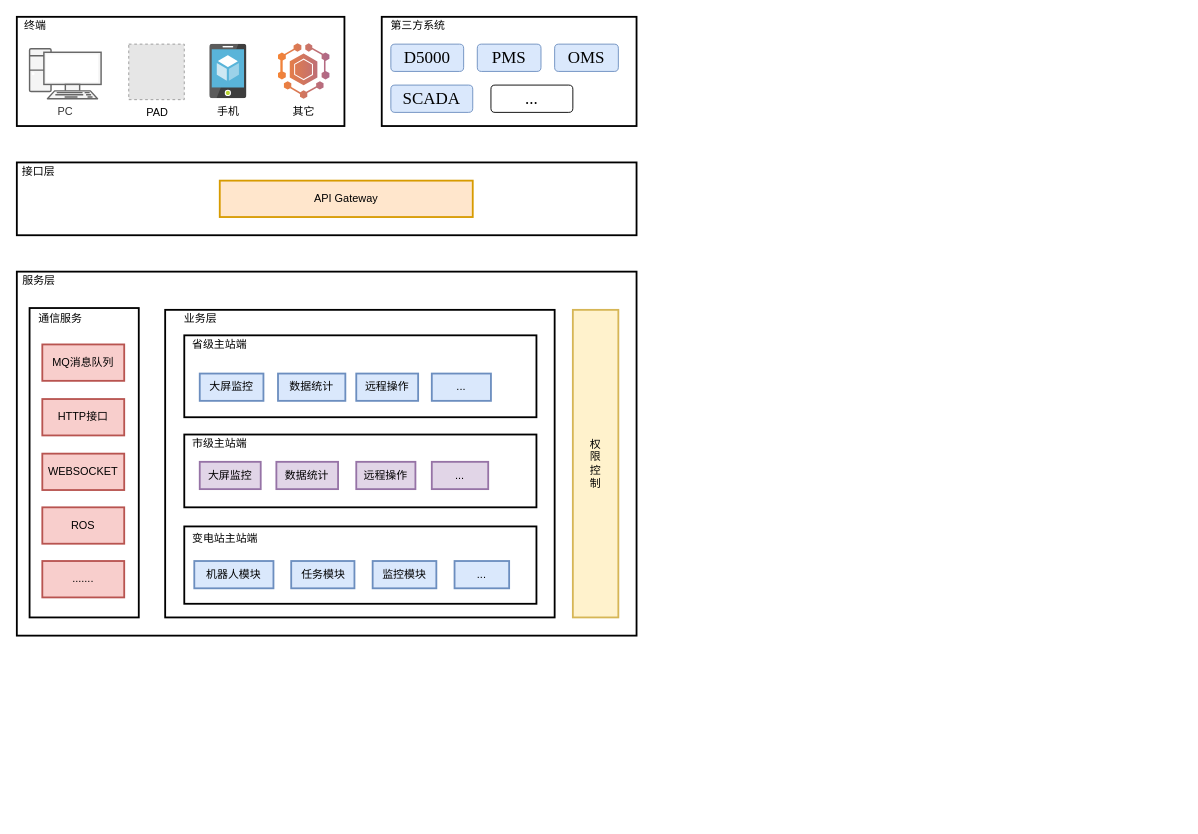
Earlier version of the draw.io diagram 易达智慧运维监控系统v2.0.drawio (wangyufei0807/draw). Source tidied: cells renumbered, new cells numbered last; positions are measured from the earlier drawing's top-left corner, leaving out a move shared by most shapes. Both pictures are drawn from the tidied source at 91%, with x=0, y=0 at pixel (16, 16). Pictures stored in the file or linked from it are replaced by grey dashed boxes.
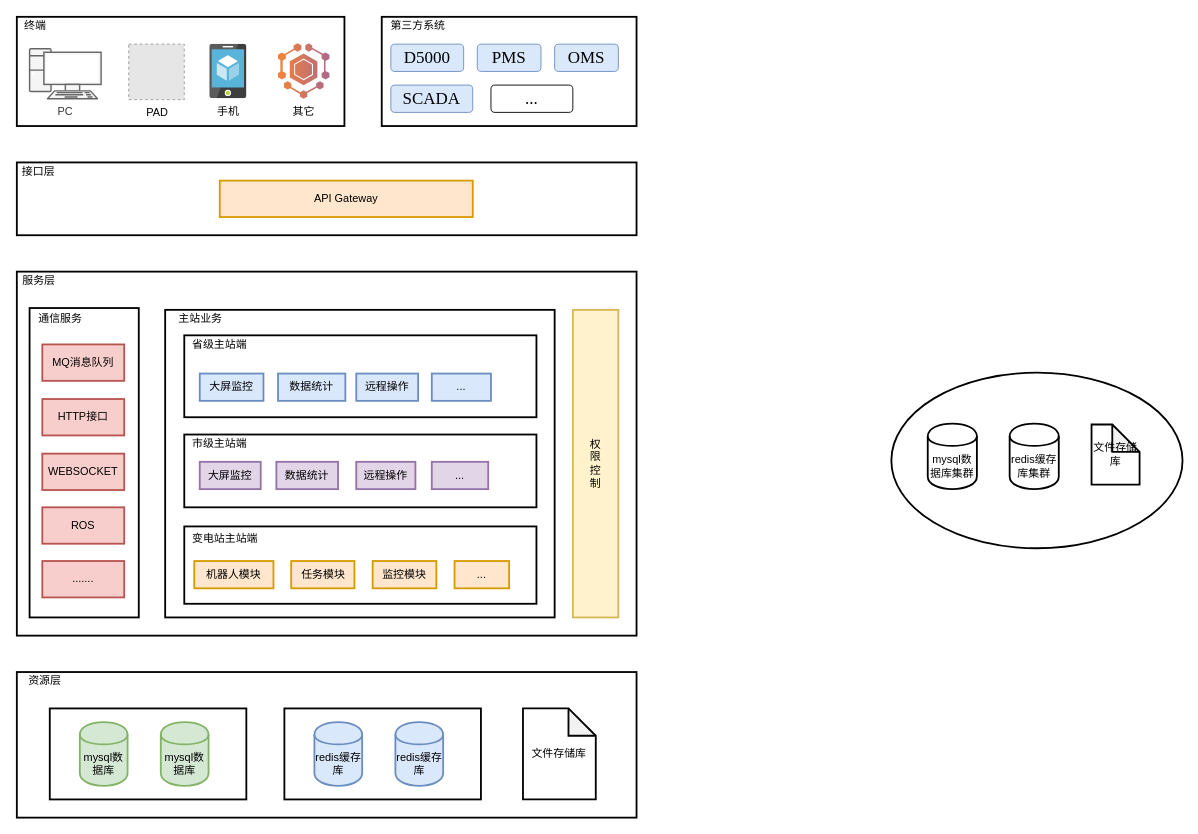
The same page after the edit.

Commit message (it also covers changes not shown here):
更新易达智慧运维监控系统v2.0.drawio

Change to the diagram source:
```diff
@@
-    <mxCell id="32" value="业务层" style="text;html=1;strokeColor=none;fillColor=none;align=center;verticalAlign=middle;whiteSpace=wrap;rounded=0;labelBackgroundColor=none;" parent="1" vertex="1">
+    <mxCell id="32" value="主站业务" style="text;html=1;strokeColor=none;fillColor=none;align=center;verticalAlign=middle;whiteSpace=wrap;rounded=0;labelBackgroundColor=none;" parent="1" vertex="1">
       <mxGeometry x="163" y="322" width="78" height="20" as="geometry" />
     </mxCell>
@@
-    <mxCell id="43" value="机器人模块" style="rounded=0;whiteSpace=wrap;html=1;labelBackgroundColor=none;strokeWidth=2;fillColor=#dae8fc;strokeColor=#6c8ebf;" parent="1" vertex="1">
+    <mxCell id="43" value="机器人模块" style="rounded=0;whiteSpace=wrap;html=1;labelBackgroundColor=none;strokeWidth=2;fillColor=#ffe6cc;strokeColor=#d79b00;" parent="1" vertex="1">
       <mxGeometry x="195" y="598" width="87" height="30" as="geometry" />
     </mxCell>
-    <mxCell id="44" value="任务模块" style="rounded=0;whiteSpace=wrap;html=1;labelBackgroundColor=none;strokeWidth=2;fillColor=#dae8fc;strokeColor=#6c8ebf;" parent="1" vertex="1">
+    <mxCell id="44" value="任务模块" style="rounded=0;whiteSpace=wrap;html=1;labelBackgroundColor=none;strokeWidth=2;fillColor=#ffe6cc;strokeColor=#d79b00;" parent="1" vertex="1">
       <mxGeometry x="301.5" y="598" width="69.5" height="30" as="geometry" />
     </mxCell>
-    <mxCell id="45" value="监控模块" style="rounded=0;whiteSpace=wrap;html=1;labelBackgroundColor=none;strokeWidth=2;fillColor=#dae8fc;strokeColor=#6c8ebf;" parent="1" vertex="1">
+    <mxCell id="45" value="监控模块" style="rounded=0;whiteSpace=wrap;html=1;labelBackgroundColor=none;strokeWidth=2;fillColor=#ffe6cc;strokeColor=#d79b00;" parent="1" vertex="1">
       <mxGeometry x="391" y="598" width="70" height="30" as="geometry" />
     </mxCell>
@@
-    <mxCell id="47" value="..." style="rounded=0;whiteSpace=wrap;html=1;labelBackgroundColor=none;strokeWidth=2;fillColor=#dae8fc;strokeColor=#6c8ebf;" parent="1" vertex="1">
+    <mxCell id="47" value="..." style="rounded=0;whiteSpace=wrap;html=1;labelBackgroundColor=none;strokeWidth=2;fillColor=#ffe6cc;strokeColor=#d79b00;" parent="1" vertex="1">
       <mxGeometry x="481" y="598" width="60" height="30" as="geometry" />
     </mxCell>
+    <mxCell id="48" style="rounded=0;whiteSpace=wrap;html=1;labelBackgroundColor=none;strokeWidth=2;fillColor=none;" parent="1" vertex="1">
+      <mxGeometry y="720" width="681" height="160" as="geometry" />
+    </mxCell>
+    <mxCell id="49" value="资源层" style="text;html=1;strokeColor=none;fillColor=none;align=center;verticalAlign=middle;whiteSpace=wrap;rounded=0;labelBackgroundColor=none;" parent="1" vertex="1">
+      <mxGeometry x="1" y="720" width="60" height="20" as="geometry" />
+    </mxCell>
+    <mxCell id="50" style="rounded=0;whiteSpace=wrap;html=1;labelBackgroundColor=none;strokeWidth=2;fillColor=none;" parent="1" vertex="1">
+      <mxGeometry x="36.2" y="760" width="216" height="100" as="geometry" />
+    </mxCell>
+    <mxCell id="51" value="mysql数据库" style="shape=cylinder;whiteSpace=wrap;html=1;boundedLbl=1;backgroundOutline=1;labelBackgroundColor=none;strokeWidth=2;fillColor=#d5e8d4;strokeColor=#82b366;" parent="1" vertex="1">
+      <mxGeometry x="69.2" y="775" width="52.5" height="70" as="geometry" />
+    </mxCell>
+    <mxCell id="52" value="mysql数据库" style="shape=cylinder;whiteSpace=wrap;html=1;boundedLbl=1;backgroundOutline=1;labelBackgroundColor=none;strokeWidth=2;fillColor=#d5e8d4;strokeColor=#82b366;" parent="1" vertex="1">
+      <mxGeometry x="158.2" y="775" width="52.5" height="70" as="geometry" />
+    </mxCell>
+    <mxCell id="53" style="rounded=0;whiteSpace=wrap;html=1;labelBackgroundColor=none;strokeWidth=2;fillColor=none;" parent="1" vertex="1">
+      <mxGeometry x="294" y="760" width="216" height="100" as="geometry" />
+    </mxCell>
+    <mxCell id="54" value="redis缓存库" style="shape=cylinder;whiteSpace=wrap;html=1;boundedLbl=1;backgroundOutline=1;labelBackgroundColor=none;strokeWidth=2;fillColor=#dae8fc;strokeColor=#6c8ebf;" parent="1" vertex="1">
+      <mxGeometry x="327" y="775" width="52.5" height="70" as="geometry" />
+    </mxCell>
+    <mxCell id="55" value="redis缓存库" style="shape=cylinder;whiteSpace=wrap;html=1;boundedLbl=1;backgroundOutline=1;labelBackgroundColor=none;strokeWidth=2;fillColor=#dae8fc;strokeColor=#6c8ebf;" parent="1" vertex="1">
+      <mxGeometry x="416" y="775" width="52.5" height="70" as="geometry" />
+    </mxCell>
+    <mxCell id="56" value="文件存储库" style="shape=note;whiteSpace=wrap;html=1;backgroundOutline=1;darkOpacity=0.05;labelBackgroundColor=none;strokeWidth=2;fillColor=none;" parent="1" vertex="1">
+      <mxGeometry x="556.2" y="760" width="80" height="100" as="geometry" />
+    </mxCell>
+    <mxCell id="57" style="ellipse;whiteSpace=wrap;html=1;labelBackgroundColor=none;strokeWidth=2;fillColor=none;" parent="1" vertex="1">
+      <mxGeometry x="961" y="391" width="320" height="193" as="geometry" />
+    </mxCell>
+    <mxCell id="58" value="mysql数据库集群" style="shape=cylinder;whiteSpace=wrap;html=1;boundedLbl=1;backgroundOutline=1;labelBackgroundColor=none;strokeWidth=2;fillColor=none;" parent="1" vertex="1">
+      <mxGeometry x="1001" y="447" width="54" height="72" as="geometry" />
+    </mxCell>
+    <mxCell id="59" value="redis缓存库集群" style="shape=cylinder;whiteSpace=wrap;html=1;boundedLbl=1;backgroundOutline=1;labelBackgroundColor=none;strokeWidth=2;fillColor=none;" parent="1" vertex="1">
+      <mxGeometry x="1091" y="447" width="54" height="72" as="geometry" />
+    </mxCell>
+    <mxCell id="60" value="文件存储库" style="shape=note;whiteSpace=wrap;html=1;backgroundOutline=1;darkOpacity=0.05;labelBackgroundColor=none;strokeWidth=2;fillColor=none;" parent="1" vertex="1">
+      <mxGeometry x="1181" y="448" width="52.8" height="66" as="geometry" />
+    </mxCell>
```
